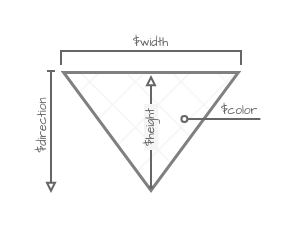
Above: .github/assets/shape/drawio/triangle.drawio in Yokize/stylize (draw.io), before the change. Source tidied: cells renumbered, new cells numbered last; positions are measured from the earlier drawing's top-left corner, leaving out a move shared by most shapes. Both pictures are drawn from the tidied source at 200%, with x=0, y=0 at pixel (50, 42).
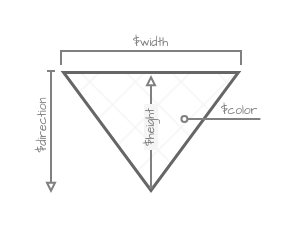
The same diagram, later.

Diff of the diagram source:
```diff
@@
 <mxGraphModel>
   <root>
     <mxCell id="0" />
     <mxCell id="1" parent="0" />
-    <mxCell id="2" style="triangle;whiteSpace=wrap;html=1;rounded=0;shadow=0;labelBackgroundColor=#F5F5F5;sketch=0;fillStyle=cross-hatch;fontFamily=Comic Sans MS;fontSize=6;fontColor=#333333;strokeColor=#808080;fillColor=#F5F5F5;gradientDirection=north;rotation=90;arcSize=32;fillOpacity=100;strokeWidth=1.5;" parent="1" vertex="1">
+    <mxCell id="2" style="triangle;whiteSpace=wrap;html=1;rounded=0;shadow=0;labelBackgroundColor=#F5F5F5;sketch=0;fillStyle=cross-hatch;fontFamily=Comic Sans MS;fontSize=6;fontColor=#333333;strokeColor=#666666;fillColor=#F5F5F5;gradientDirection=north;rotation=90;arcSize=32;fillOpacity=100;strokeWidth=1.5;" parent="1" vertex="1">
       <mxGeometry x="20.5" y="0.5" width="59" height="87.4" as="geometry" />
     </mxCell>
-    <mxCell id="3" style="endArrow=none;html=1;rounded=0;fontFamily=Comic Sans MS;fontSize=9;fontColor=#432D57;startSize=3;endSize=3;strokeColor=#666666;fillColor=#60a917;startArrow=oval;startFill=0;" parent="1" edge="1">
+    <mxCell id="3" style="endArrow=none;html=1;rounded=0;fontFamily=Comic Sans MS;fontSize=9;fontColor=#432D57;startSize=3;endSize=3;strokeColor=#808080;fillColor=#60a917;startArrow=oval;startFill=0;" parent="1" edge="1">
       <mxGeometry relative="1" as="geometry">
         <mxPoint x="66.7" y="38" as="sourcePoint" />
         <mxPoint x="104.7" y="38" as="targetPoint" />
         <Array as="points">
           <mxPoint x="83.7" y="38" />
         </Array>
       </mxGeometry>
     </mxCell>
-    <mxCell id="4" value="$color" style="edgeLabel;html=1;align=center;verticalAlign=middle;fontSize=6;fontFamily=Comic Sans MS;fontColor=#666666;labelBackgroundColor=none;" parent="3" vertex="1">
+    <mxCell id="4" value="$color" style="edgeLabel;html=1;align=center;verticalAlign=middle;fontSize=6;fontFamily=Comic Sans MS;fontColor=#808080;labelBackgroundColor=none;" parent="3" vertex="1">
       <mxGeometry x="0.07" y="2" relative="1" as="geometry">
         <mxPoint x="7" y="-3" as="offset" />
       </mxGeometry>
     </mxCell>
-    <mxCell id="5" style="endArrow=block;startArrow=oval;html=1;rounded=0;shadow=0;sketch=0;fontFamily=Comic Sans MS;fontSize=6;fontColor=#666666;startSize=1;endSize=3;strokeColor=#666666;fillColor=#f5f5f5;startFill=1;endFill=0;" parent="1" edge="1">
+    <mxCell id="5" style="endArrow=block;startArrow=oval;html=1;rounded=0;shadow=0;sketch=0;fontFamily=Comic Sans MS;fontSize=6;fontColor=#666666;startSize=1;endSize=3;strokeColor=#808080;fillColor=#f5f5f5;startFill=1;endFill=0;" parent="1" edge="1">
       <mxGeometry relative="1" as="geometry">
         <mxPoint x="50" y="72" as="sourcePoint" />
         <mxPoint x="50" y="16" as="targetPoint" />
       </mxGeometry>
     </mxCell>
-    <mxCell id="6" value="&amp;nbsp;$height&amp;nbsp;" style="edgeLabel;html=1;align=center;verticalAlign=middle;fontSize=6;fontFamily=Comic Sans MS;fontColor=#666666;labelBackgroundColor=#F5F5F5;rotation=-90;" parent="5" vertex="1">
+    <mxCell id="6" value="&amp;nbsp;$height&amp;nbsp;" style="edgeLabel;html=1;align=center;verticalAlign=middle;fontSize=6;fontFamily=Comic Sans MS;fontColor=#808080;labelBackgroundColor=#F5F5F5;rotation=-90;" parent="5" vertex="1">
       <mxGeometry x="-0.12" y="-1" relative="1" as="geometry">
         <mxPoint x="-2" y="-3" as="offset" />
       </mxGeometry>
     </mxCell>
-    <mxCell id="7" style="endArrow=none;html=1;rounded=0;shadow=0;sketch=0;fontFamily=Comic Sans MS;fontSize=6;fontColor=#666666;startSize=2;endSize=2;strokeColor=#666666;startArrow=none;startFill=0;endFill=0;" parent="1" edge="1">
+    <mxCell id="7" style="endArrow=none;html=1;rounded=0;shadow=0;sketch=0;fontFamily=Comic Sans MS;fontSize=6;fontColor=#666666;startSize=2;endSize=2;strokeColor=#808080;startArrow=none;startFill=0;endFill=0;" parent="1" edge="1">
       <mxGeometry relative="1" as="geometry">
         <mxPoint x="5" y="11" as="sourcePoint" />
         <mxPoint x="95" y="11" as="targetPoint" />
         <Array as="points">
           <mxPoint x="5" y="4" />
           <mxPoint x="95" y="4" />
         </Array>
       </mxGeometry>
     </mxCell>
-    <mxCell id="8" value="$width&amp;nbsp;" style="edgeLabel;html=1;align=center;verticalAlign=middle;fontSize=6;fontFamily=Comic Sans MS;fontColor=#666666;labelBackgroundColor=none;" parent="7" vertex="1">
+    <mxCell id="8" value="$width&amp;nbsp;" style="edgeLabel;html=1;align=center;verticalAlign=middle;fontSize=6;fontFamily=Comic Sans MS;fontColor=#808080;labelBackgroundColor=none;" parent="7" vertex="1">
       <mxGeometry x="0.1" relative="1" as="geometry">
         <mxPoint x="-5" y="-5" as="offset" />
       </mxGeometry>
     </mxCell>
-    <mxCell id="9" style="endArrow=baseDash;html=1;rounded=0;shadow=0;sketch=0;fontFamily=Comic Sans MS;fontSize=6;fontColor=#666666;startSize=3;endSize=2;strokeColor=#666666;startArrow=block;startFill=0;endFill=0;" parent="1" edge="1">
+    <mxCell id="9" style="endArrow=baseDash;html=1;rounded=0;shadow=0;sketch=0;fontFamily=Comic Sans MS;fontSize=6;fontColor=#666666;startSize=3;endSize=2;strokeColor=#808080;startArrow=block;startFill=0;endFill=0;" parent="1" edge="1">
       <mxGeometry relative="1" as="geometry">
         <mxPoint y="75" as="sourcePoint" />
         <mxPoint y="14" as="targetPoint" />
       </mxGeometry>
     </mxCell>
-    <mxCell id="10" value="$direction" style="edgeLabel;html=1;align=center;verticalAlign=middle;fontSize=6;fontFamily=Comic Sans MS;fontColor=#666666;labelBackgroundColor=none;rotation=-90;" parent="9" vertex="1">
+    <mxCell id="10" value="$direction" style="edgeLabel;html=1;align=center;verticalAlign=middle;fontSize=6;fontFamily=Comic Sans MS;fontColor=#808080;labelBackgroundColor=none;rotation=-90;" parent="9" vertex="1">
       <mxGeometry x="0.1" relative="1" as="geometry">
         <mxPoint x="-5" y="2" as="offset" />
       </mxGeometry>
     </mxCell>
   </root>
 </mxGraphModel>
```
